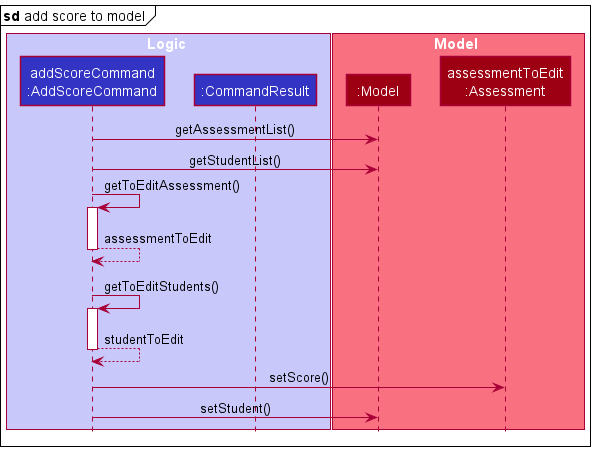
The PlantUML diagram docs/images/AddScoreToModelSequenceDiagram.png in nus-cs2103-AY2122S1/tp, before a commit. Its diagram source:
```plantuml
@startuml
!include style.puml

mainframe **sd** add score to model\t

box Logic LOGIC_COLOR_T1
participant "addScoreCommand\n:AddScoreCommand" as AddScoreCommand LOGIC_COLOR
participant ":CommandResult" as CommandResult LOGIC_COLOR
end box

box Model MODEL_COLOR_T1
participant ":Model" as Model MODEL_COLOR
participant "assessmentToEdit\n:Assessment" MODEL_COLOR
end box

AddScoreCommand -> Model : getAssessmentList()
AddScoreCommand -> Model : getStudentList()

AddScoreCommand -> AddScoreCommand : getToEditAssessment()
activate AddScoreCommand

AddScoreCommand --> AddScoreCommand : assessmentToEdit
deactivate AddScoreCommand

Model -[hidden]->

AddScoreCommand -> AddScoreCommand : getToEditStudents()
activate AddScoreCommand

AddScoreCommand --> AddScoreCommand : studentToEdit
deactivate AddScoreCommand

AddScoreCommand -> "assessmentToEdit\n:Assessment" : setScore()
AddScoreCommand -> Model : setStudent()

@enduml
```
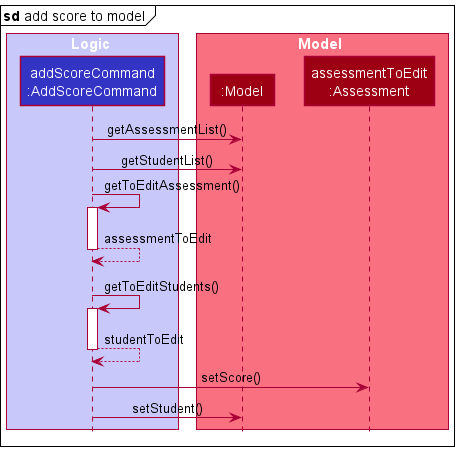
The same file after the commit.

Commit message:
Remove unused object in AddScoreToModel sequence diagram

Change to the diagram source:
```diff
@@ -5,7 +5,6 @@
 
 box Logic LOGIC_COLOR_T1
 participant "addScoreCommand\n:AddScoreCommand" as AddScoreCommand LOGIC_COLOR
-participant ":CommandResult" as CommandResult LOGIC_COLOR
 end box
 
 box Model MODEL_COLOR_T1
```
